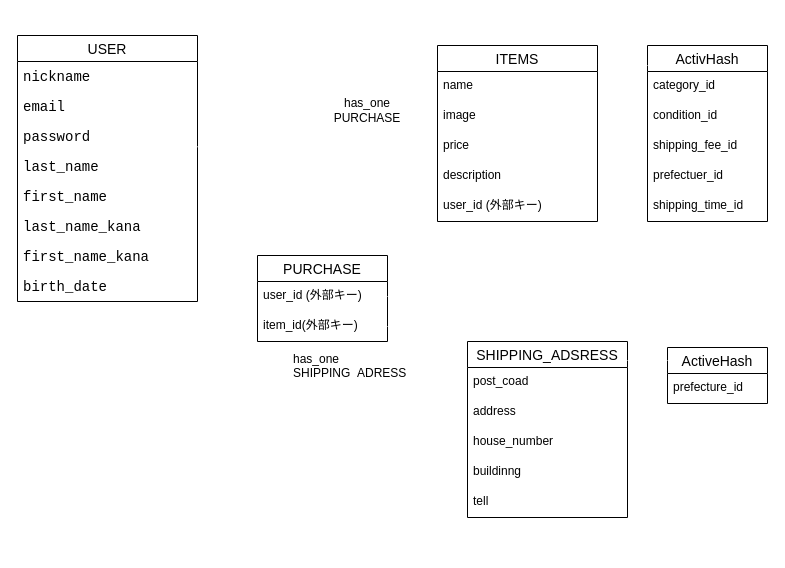
y8r8gpopd-ux/furima-47759 keeps this draw.io diagram as DBplan.dio. Above is the earlier version. Source tidied: cells renumbered, new cells numbered last; positions are measured from the earlier drawing's top-left corner, leaving out a move shared by most shapes. Both pictures are drawn from the tidied source at 100%, with x=0, y=0 at pixel (17, 35).
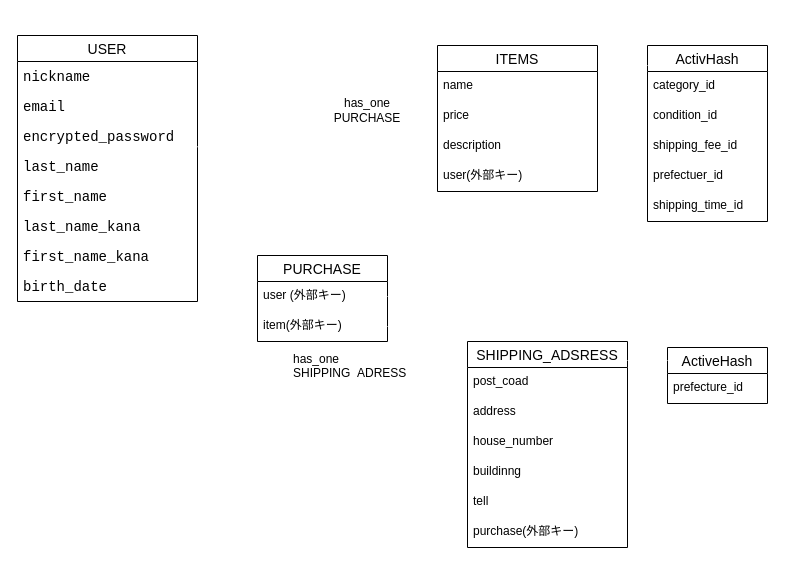
The same page after the edit.

Commit message (it also covers changes not shown here):
shipping_addressにpurchaseの外部キーを追加

Unchanged cells that the change refers to:
```xml
<mxCell id="2" value="USER" style="swimlane;fontStyle=0;horizontal=1;startSize=26;align=center;fontSize=14;labelBackgroundColor=#FFFFFF;swimlaneFillColor=#FFFFFF;" parent="1" vertex="1">
  <mxGeometry width="180" height="266" as="geometry" />
</mxCell>
<mxCell id="23" value="PURCHASE" style="swimlane;fontStyle=0;horizontal=1;startSize=26;align=center;fontSize=14;labelBackgroundColor=default;swimlaneFillColor=#FFFFFF;" parent="1" vertex="1">
  <mxGeometry x="240" y="220" width="130" height="86" as="geometry" />
</mxCell>
```

Diff of the diagram source:
```diff
@@
-    <mxCell id="5" value="&lt;div style=&quot;font-family: Consolas, &amp;quot;Courier New&amp;quot;, monospace; font-size: 14px; line-height: 19px; white-space: pre;&quot;&gt;&lt;span style=&quot;background-color: light-dark(#ffffff, var(--ge-dark-color, #121212));&quot;&gt;&lt;font style=&quot;color: rgb(0, 0, 0);&quot;&gt;password&lt;/font&gt;&lt;/span&gt;&lt;/div&gt;" style="text;strokeColor=none;fillColor=none;spacingLeft=4;spacingRight=4;overflow=hidden;points=[[0,0.5],[1,0.5]];portConstraint=eastwest;fontSize=12;whiteSpace=wrap;html=1;" parent="2" vertex="1">
+    <mxCell id="5" value="&lt;div style=&quot;font-family: Consolas, &amp;quot;Courier New&amp;quot;, monospace; font-size: 14px; line-height: 19px; white-space: pre;&quot;&gt;&lt;div style=&quot;line-height: 19px;&quot;&gt;&lt;span style=&quot;background-color: rgb(255, 255, 255);&quot;&gt;&lt;font style=&quot;color: rgb(0, 0, 0);&quot;&gt;encrypted_password&lt;/font&gt;&lt;/span&gt;&lt;/div&gt;&lt;/div&gt;" style="text;strokeColor=none;fillColor=none;spacingLeft=4;spacingRight=4;overflow=hidden;points=[[0,0.5],[1,0.5]];portConstraint=eastwest;fontSize=12;whiteSpace=wrap;html=1;" parent="2" vertex="1">
       <mxGeometry y="86" width="180" height="30" as="geometry" />
     </mxCell>
@@
     <mxCell id="11" value="ITEMS" style="swimlane;fontStyle=0;horizontal=1;startSize=26;align=center;fontSize=14;labelBackgroundColor=#FFFFFF;swimlaneFillColor=default;fillColor=#FFFFFF;" parent="1" vertex="1">
-      <mxGeometry x="420" y="10" width="160" height="176" as="geometry" />
+      <mxGeometry x="420" y="10" width="160" height="146" as="geometry" />
     </mxCell>
@@
-    <mxCell id="13" value="&lt;span style=&quot;background-color: light-dark(#ffffff, var(--ge-dark-color, #121212));&quot;&gt;image&lt;/span&gt;" style="text;strokeColor=none;fillColor=none;spacingLeft=4;spacingRight=4;overflow=hidden;points=[[0,0.5],[1,0.5]];portConstraint=eastwest;fontSize=12;whiteSpace=wrap;html=1;" parent="11" vertex="1">
-      <mxGeometry y="56" width="160" height="30" as="geometry" />
-    </mxCell>
     <mxCell id="14" value="&lt;span style=&quot;background-color: light-dark(#ffffff, var(--ge-dark-color, #121212));&quot;&gt;price&lt;/span&gt;" style="text;strokeColor=none;fillColor=none;spacingLeft=4;spacingRight=4;overflow=hidden;fontSize=12;whiteSpace=wrap;html=1;" parent="11" vertex="1">
-      <mxGeometry y="86" width="160" height="30" as="geometry" />
+      <mxGeometry y="56" width="160" height="30" as="geometry" />
     </mxCell>
     <mxCell id="15" value="&lt;span style=&quot;background-color: light-dark(#ffffff, var(--ge-dark-color, #121212));&quot;&gt;description&lt;/span&gt;" style="text;strokeColor=none;fillColor=none;spacingLeft=4;spacingRight=4;overflow=hidden;fontSize=12;whiteSpace=wrap;html=1;" parent="11" vertex="1">
-      <mxGeometry y="116" width="160" height="30" as="geometry" />
+      <mxGeometry y="86" width="160" height="30" as="geometry" />
     </mxCell>
-    <mxCell id="16" value="&lt;span style=&quot;background-color: light-dark(#ffffff, var(--ge-dark-color, #121212));&quot;&gt;user_id (外部キー)&lt;/span&gt;" style="text;strokeColor=none;fillColor=none;spacingLeft=4;spacingRight=4;overflow=hidden;fontSize=12;whiteSpace=wrap;html=1;" parent="11" vertex="1">
-      <mxGeometry y="146" width="160" height="30" as="geometry" />
+    <mxCell id="16" value="&lt;span style=&quot;background-color: light-dark(#ffffff, var(--ge-dark-color, #121212));&quot;&gt;user(外部キー)&lt;/span&gt;" style="text;strokeColor=none;fillColor=none;spacingLeft=4;spacingRight=4;overflow=hidden;fontSize=12;whiteSpace=wrap;html=1;" parent="11" vertex="1">
+      <mxGeometry y="116" width="160" height="30" as="geometry" />
     </mxCell>
@@
-    <mxCell id="24" value="&lt;span style=&quot;background-color: rgb(255, 255, 255);&quot;&gt;user_id (外部キー)&lt;/span&gt;" style="text;strokeColor=none;fillColor=none;spacingLeft=4;spacingRight=4;overflow=hidden;points=[[0,0.5],[1,0.5]];portConstraint=eastwest;fontSize=12;whiteSpace=wrap;html=1;" parent="23" vertex="1">
+    <mxCell id="24" value="&lt;span style=&quot;background-color: rgb(255, 255, 255);&quot;&gt;user (外部キー)&lt;/span&gt;" style="text;strokeColor=none;fillColor=none;spacingLeft=4;spacingRight=4;overflow=hidden;points=[[0,0.5],[1,0.5]];portConstraint=eastwest;fontSize=12;whiteSpace=wrap;html=1;" parent="23" vertex="1">
       <mxGeometry y="26" width="130" height="30" as="geometry" />
     </mxCell>
-    <mxCell id="25" value="&lt;span style=&quot;background-color: rgb(255, 255, 255);&quot;&gt;item_id(外部キー)&lt;/span&gt;" style="text;strokeColor=none;fillColor=none;spacingLeft=4;spacingRight=4;overflow=hidden;points=[[0,0.5],[1,0.5]];portConstraint=eastwest;fontSize=12;whiteSpace=wrap;html=1;" parent="23" vertex="1">
+    <mxCell id="25" value="&lt;span style=&quot;background-color: rgb(255, 255, 255);&quot;&gt;item(外部キー)&lt;/span&gt;" style="text;strokeColor=none;fillColor=none;spacingLeft=4;spacingRight=4;overflow=hidden;points=[[0,0.5],[1,0.5]];portConstraint=eastwest;fontSize=12;whiteSpace=wrap;html=1;" parent="23" vertex="1">
       <mxGeometry y="56" width="130" height="30" as="geometry" />
     </mxCell>
@@
-    <mxCell id="29" style="edgeStyle=entityRelationEdgeStyle;fontSize=12;html=1;endArrow=ERmandOne;startArrow=ERmandOne;entryX=-0.019;entryY=0.348;entryDx=0;entryDy=0;entryPerimeter=0;exitX=1;exitY=0.5;exitDx=0;exitDy=0;endSize=22;startSize=23;strokeColor=#FFFFFF;" parent="1" edge="1" source="24" target="13">
+    <mxCell id="29" style="edgeStyle=entityRelationEdgeStyle;fontSize=12;html=1;endArrow=ERmandOne;startArrow=ERmandOne;entryX=-0.019;entryY=0.348;entryDx=0;entryDy=0;entryPerimeter=0;exitX=1;exitY=0.5;exitDx=0;exitDy=0;endSize=22;startSize=23;strokeColor=#FFFFFF;" parent="1" edge="1" source="24">
       <mxGeometry relative="1" as="geometry">
+        <mxPoint x="417" y="76.4" as="targetPoint" />
         <Array as="points">
           <mxPoint x="320" y="190" />
           <mxPoint x="330" y="170" />
           <mxPoint x="350" y="140" />
           <mxPoint x="360" y="120" />
           <mxPoint x="390" y="90" />
           <mxPoint x="400" y="100" />
         </Array>
       </mxGeometry>
     </mxCell>
@@
     <mxCell id="31" value="SHIPPING_ADSRESS" style="swimlane;fontStyle=0;horizontal=1;startSize=26;align=center;fontSize=14;labelBackgroundColor=default;swimlaneFillColor=#FFFFFF;" parent="1" vertex="1">
-      <mxGeometry x="450" y="306" width="160" height="176" as="geometry" />
+      <mxGeometry x="450" y="306" width="160" height="206" as="geometry" />
     </mxCell>
@@
+    <mxCell id="42" value="purchase(外部キー)" style="text;strokeColor=none;fillColor=none;spacingLeft=4;spacingRight=4;overflow=hidden;fontSize=12;whiteSpace=wrap;html=1;" parent="31" vertex="1">
+      <mxGeometry y="176" width="160" height="30" as="geometry" />
+    </mxCell>
```
